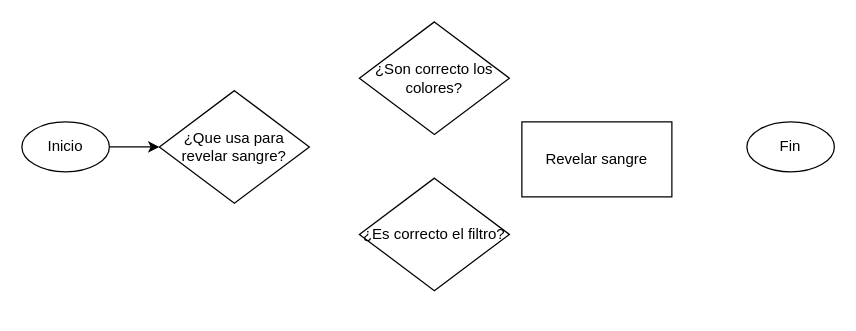
The draw.io diagram Diagrama sin título.drawio in ATLASSdeveloper/ATLASSdeveloper, before the edit. Source tidied: cells renumbered, new cells numbered last; positions are measured from the earlier drawing's top-left corner, leaving out a move shared by most shapes. Both pictures are drawn from the tidied source at 125%, with x=0, y=0 at pixel (21, 21).
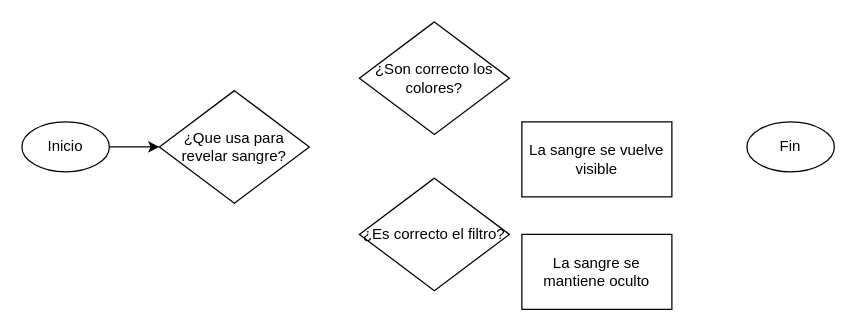
After the change.

Change to the diagram source:
```diff
@@
 <mxGraphModel>
   <root>
     <mxCell id="0" />
     <mxCell id="1" parent="0" />
     <mxCell id="2" style="edgeStyle=orthogonalEdgeStyle;rounded=0;jettySize=auto;html=1;exitX=1;exitY=0.5;exitDx=0;exitDy=0;entryX=0;entryY=0.5;entryDx=0;entryDy=0;" parent="1" edge="1" source="3" target="5">
       <mxGeometry relative="1" as="geometry" />
     </mxCell>
     <mxCell id="3" value="Inicio" style="ellipse;whiteSpace=wrap;html=1;" parent="1" vertex="1">
       <mxGeometry y="80" width="70" height="40" as="geometry" />
     </mxCell>
     <mxCell id="4" value="Fin" style="ellipse;whiteSpace=wrap;html=1;" parent="1" vertex="1">
       <mxGeometry x="580" y="80" width="70" height="40" as="geometry" />
     </mxCell>
     <mxCell id="5" value="¿Que usa para revelar sangre?" style="rhombus;whiteSpace=wrap;html=1;" parent="1" vertex="1">
       <mxGeometry x="110" y="55" width="120" height="90" as="geometry" />
     </mxCell>
     <mxCell id="6" value="¿Son correcto los colores?" style="rhombus;whiteSpace=wrap;html=1;" parent="1" vertex="1">
       <mxGeometry x="270" width="120" height="90" as="geometry" />
     </mxCell>
     <mxCell id="7" value="¿Es correcto el filtro?" style="rhombus;whiteSpace=wrap;html=1;" parent="1" vertex="1">
       <mxGeometry x="270" y="125" width="120" height="90" as="geometry" />
     </mxCell>
-    <mxCell id="8" value="Revelar sangre" style="rounded=0;whiteSpace=wrap;html=1;" parent="1" vertex="1">
+    <mxCell id="8" value="La sangre se vuelve visible" style="rounded=0;whiteSpace=wrap;html=1;" parent="1" vertex="1">
       <mxGeometry x="400" y="80" width="120" height="60" as="geometry" />
     </mxCell>
+    <mxCell id="9" value="La sangre se mantiene oculto" style="rounded=0;whiteSpace=wrap;html=1;" parent="1" vertex="1">
+      <mxGeometry x="400" y="170" width="120" height="60" as="geometry" />
+    </mxCell>
   </root>
 </mxGraphModel>
```
